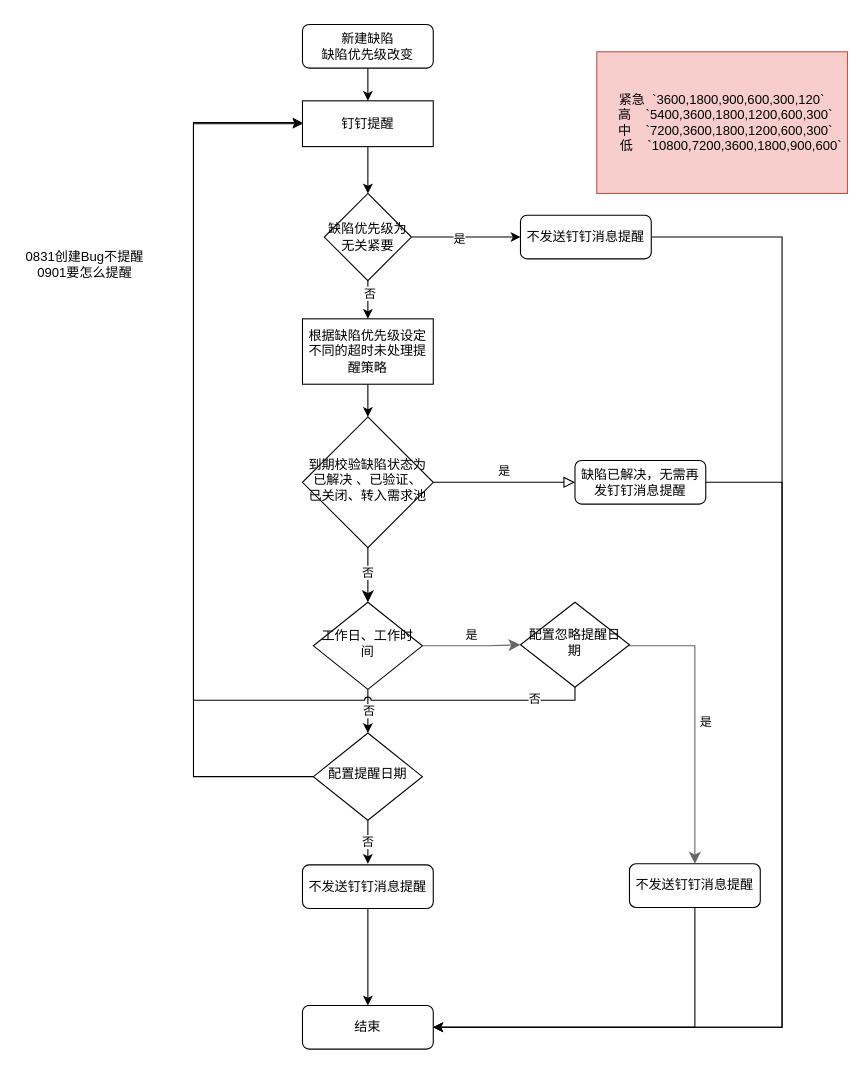
Earlier version of the draw.io diagram TapdDefect.drawio (fengshenxq/img). Source tidied: cells renumbered, new cells numbered last; positions are measured from the earlier drawing's top-left corner, leaving out a move shared by most shapes. Both pictures are drawn from the tidied source at 109%, with x=0, y=0 at pixel (19, 24).
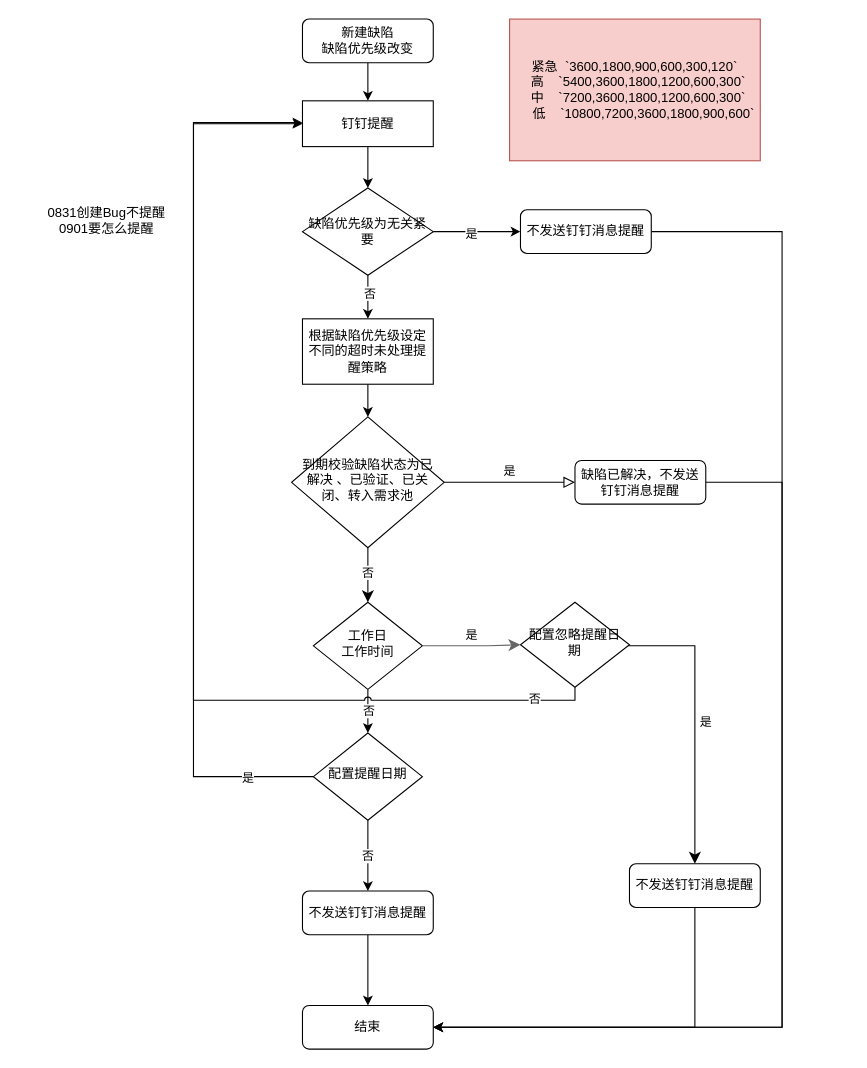
The same page after the edit.

The change refers to these unchanged cells:
```xml
<mxCell id="14" value="结束" style="rounded=1;whiteSpace=wrap;html=1;fontSize=12;glass=0;strokeWidth=1;shadow=0;" parent="1" vertex="1">
  <mxGeometry x="260" y="900" width="120" height="40" as="geometry" />
</mxCell>
<mxCell id="16" value="钉钉提醒" style="rounded=0;whiteSpace=wrap;html=1;" parent="1" vertex="1">
  <mxGeometry x="260" y="70" width="120" height="42" as="geometry" />
</mxCell>
<mxCell id="19" value="配置忽略提醒日期" style="rhombus;whiteSpace=wrap;html=1;shadow=0;fontFamily=Helvetica;fontSize=12;align=center;strokeWidth=1;spacing=6;spacingTop=-4;" parent="1" vertex="1">
  <mxGeometry x="460" y="530" width="100" height="78" as="geometry" />
</mxCell>
<mxCell id="22" style="edgeStyle=orthogonalEdgeStyle;rounded=0;jettySize=auto;html=1;entryX=0;entryY=0.5;entryDx=0;entryDy=0;startArrow=none;startFill=0;endArrow=classic;endFill=1;" parent="1" edge="1" source="23" target="16">
  <mxGeometry relative="1" as="geometry">
    <Array as="points">
      <mxPoint x="160" y="690" />
      <mxPoint x="160" y="91" />
    </Array>
  </mxGeometry>
</mxCell>
<mxCell id="23" value="配置提醒日期" style="rhombus;whiteSpace=wrap;html=1;shadow=0;fontFamily=Helvetica;fontSize=12;align=center;strokeWidth=1;spacing=6;spacingTop=-4;" parent="1" vertex="1">
  <mxGeometry x="270" y="650" width="100" height="80" as="geometry" />
</mxCell>
<mxCell id="26" style="edgeStyle=orthogonalEdgeStyle;rounded=0;jettySize=auto;html=1;startArrow=none;startFill=0;" parent="1" edge="1" source="30" target="34">
  <mxGeometry relative="1" as="geometry" />
</mxCell>
<mxCell id="36" value="不发送钉钉消息提醒" style="rounded=1;whiteSpace=wrap;html=1;fontSize=12;glass=0;strokeWidth=1;shadow=0;" parent="1" vertex="1">
  <mxGeometry x="560" y="770" width="120" height="40" as="geometry" />
</mxCell>
```

Diff of the diagram source:
```diff
@@
-    <mxCell id="2" style="edgeStyle=orthogonalEdgeStyle;rounded=0;jumpStyle=arc;jettySize=auto;html=1;entryX=0.5;entryY=0;entryDx=0;entryDy=0;startArrow=none;startFill=0;endArrow=classic;endFill=1;" parent="1" edge="1" source="3" target="16">
+    <mxCell id="2" style="edgeStyle=orthogonalEdgeStyle;rounded=0;jumpStyle=arc;jettySize=auto;html=1;exitX=0.5;exitY=1;exitDx=0;exitDy=0;entryX=0.5;entryY=0;entryDx=0;entryDy=0;startArrow=none;startFill=0;endArrow=classic;endFill=1;" parent="1" edge="1" source="3" target="16">
       <mxGeometry relative="1" as="geometry" />
     </mxCell>
     <mxCell id="3" value="新建缺陷&lt;br&gt;缺陷优先级改变" style="rounded=1;whiteSpace=wrap;html=1;fontSize=12;glass=0;strokeWidth=1;shadow=0;" parent="1" vertex="1">
-      <mxGeometry x="260" width="120" height="40" as="geometry" />
+      <mxGeometry x="260" y="-5" width="120" height="40" as="geometry" />
     </mxCell>
@@
     <mxCell id="7" value="到期校验缺陷状态为已解决 、已验证、已关闭、转入需求池" style="rhombus;whiteSpace=wrap;html=1;shadow=0;fontFamily=Helvetica;fontSize=12;align=center;strokeWidth=1;spacing=6;spacingTop=-4;" parent="1" vertex="1">
-      <mxGeometry x="260" y="360" width="120" height="120" as="geometry" />
+      <mxGeometry x="250" y="360" width="140" height="120" as="geometry" />
     </mxCell>
@@
-    <mxCell id="9" value="缺陷已解决，无需再发钉钉消息提醒" style="rounded=1;whiteSpace=wrap;html=1;fontSize=12;glass=0;strokeWidth=1;shadow=0;" parent="1" vertex="1">
+    <mxCell id="9" value="缺陷已解决，不发送钉钉消息提醒" style="rounded=1;whiteSpace=wrap;html=1;fontSize=12;glass=0;strokeWidth=1;shadow=0;" parent="1" vertex="1">
       <mxGeometry x="510" y="400" width="120" height="40" as="geometry" />
     </mxCell>
-    <mxCell id="10" value="是" style="edgeStyle=orthogonalEdgeStyle;rounded=0;html=1;jettySize=auto;fontSize=11;endArrow=classic;endFill=1;endSize=8;strokeWidth=1;shadow=0;labelBackgroundColor=none;fillColor=#f5f5f5;strokeColor=#666666;startArrow=none;entryX=0.5;entryY=0;entryDx=0;entryDy=0;" parent="1" edge="1" source="19" target="36">
+    <mxCell id="10" value="是" style="edgeStyle=orthogonalEdgeStyle;rounded=0;html=1;jettySize=auto;fontSize=11;endArrow=classic;endFill=1;endSize=8;strokeWidth=1;shadow=0;labelBackgroundColor=none;fillColor=#f5f5f5;startArrow=none;entryX=0.5;entryY=0;entryDx=0;entryDy=0;" parent="1" edge="1" source="19" target="36">
       <mxGeometry y="10" relative="1" as="geometry">
         <Array as="points">
           <mxPoint x="620" y="570" />
         </Array>
       </mxGeometry>
     </mxCell>
@@
-    <mxCell id="13" value="工作日、工作时间" style="rhombus;whiteSpace=wrap;html=1;shadow=0;fontFamily=Helvetica;fontSize=12;align=center;strokeWidth=1;spacing=6;spacingTop=-4;" parent="1" vertex="1">
+    <mxCell id="13" value="工作日&lt;br&gt;工作时间" style="rhombus;whiteSpace=wrap;html=1;shadow=0;fontFamily=Helvetica;fontSize=12;align=center;strokeWidth=1;spacing=6;spacingTop=-4;" parent="1" vertex="1">
       <mxGeometry x="270" y="530" width="100" height="80" as="geometry" />
     </mxCell>
@@
-    <mxCell id="21" value="否" style="edgeStyle=orthogonalEdgeStyle;rounded=0;jettySize=auto;html=1;startArrow=none;startFill=0;" parent="1" edge="1" source="23">
-      <mxGeometry relative="1" as="geometry">
-        <mxPoint x="320" y="770" as="targetPoint" />
-      </mxGeometry>
+    <mxCell id="21" value="否" style="edgeStyle=orthogonalEdgeStyle;rounded=0;jettySize=auto;html=1;startArrow=none;startFill=0;entryX=0.5;entryY=0;entryDx=0;entryDy=0;" parent="1" edge="1" source="23" target="38">
+      <mxGeometry relative="1" as="geometry" />
     </mxCell>
@@
+    <mxCell id="39" value="是" style="edgeLabel;html=1;align=center;verticalAlign=middle;" parent="22" vertex="1">
+      <mxGeometry x="-0.85" relative="1" as="geometry" />
+    </mxCell>
@@
     <mxCell id="24" value="0831创建Bug不提醒&lt;br&gt;0901要怎么提醒" style="text;html=1;align=center;verticalAlign=middle;strokeColor=none;" parent="1" vertex="1">
-      <mxGeometry y="205" width="120" height="30" as="geometry" />
+      <mxGeometry x="20" y="165" width="120" height="30" as="geometry" />
     </mxCell>
     <mxCell id="25" value="&lt;div&gt;紧急&amp;nbsp; `3600,1800,900,600,300,120`&lt;/div&gt;&lt;div&gt;&amp;nbsp; 高&amp;nbsp; &amp;nbsp; `5400,3600,1800,1200,600,300`&lt;/div&gt;&lt;div&gt;&amp;nbsp; 中&amp;nbsp; &amp;nbsp; `7200,3600,1800,1200,600,300`&lt;/div&gt;&lt;div&gt;&amp;nbsp; &amp;nbsp; &amp;nbsp;低&amp;nbsp; &amp;nbsp; `10800,7200,3600,1800,900,600`&lt;/div&gt;" style="text;html=1;strokeColor=#b85450;fillColor=#f8cecc;align=center;verticalAlign=middle;whiteSpace=wrap;rounded=0;" parent="1" vertex="1">
-      <mxGeometry x="530" y="25" width="230" height="130" as="geometry" />
+      <mxGeometry x="450" y="-5" width="230" height="130" as="geometry" />
     </mxCell>
@@
     <mxCell id="27" value="否" style="edgeLabel;html=1;align=center;verticalAlign=middle;" parent="26" vertex="1">
-      <mxGeometry x="-0.51" y="1" relative="1" as="geometry" />
+      <mxGeometry x="-0.51" y="1" relative="1" as="geometry">
+        <mxPoint y="6" as="offset" />
+      </mxGeometry>
     </mxCell>
@@
     <mxCell id="30" value="缺陷优先级为无关紧要" style="rhombus;whiteSpace=wrap;html=1;rounded=0;" parent="1" vertex="1">
-      <mxGeometry x="280" y="155" width="80" height="80" as="geometry" />
+      <mxGeometry x="260" y="150" width="120" height="80" as="geometry" />
     </mxCell>
     <mxCell id="31" style="edgeStyle=orthogonalEdgeStyle;rounded=0;jettySize=auto;html=1;entryX=1;entryY=0.5;entryDx=0;entryDy=0;startArrow=none;startFill=0;endArrow=classic;endFill=1;" parent="1" edge="1" source="32" target="14">
       <mxGeometry relative="1" as="geometry">
         <Array as="points">
-          <mxPoint x="700" y="195" />
+          <mxPoint x="700" y="190" />
           <mxPoint x="700" y="920" />
         </Array>
       </mxGeometry>
     </mxCell>
     <mxCell id="32" value="不发送钉钉消息提醒" style="rounded=1;whiteSpace=wrap;html=1;fontSize=12;glass=0;strokeWidth=1;shadow=0;" parent="1" vertex="1">
-      <mxGeometry x="460" y="175" width="120" height="40" as="geometry" />
+      <mxGeometry x="460" y="170" width="120" height="40" as="geometry" />
     </mxCell>
@@
     <mxCell id="38" value="不发送钉钉消息提醒" style="rounded=1;whiteSpace=wrap;html=1;fontSize=12;glass=0;strokeWidth=1;shadow=0;" parent="1" vertex="1">
-      <mxGeometry x="260" y="771" width="120" height="40" as="geometry" />
+      <mxGeometry x="260" y="795" width="120" height="40" as="geometry" />
     </mxCell>
```
